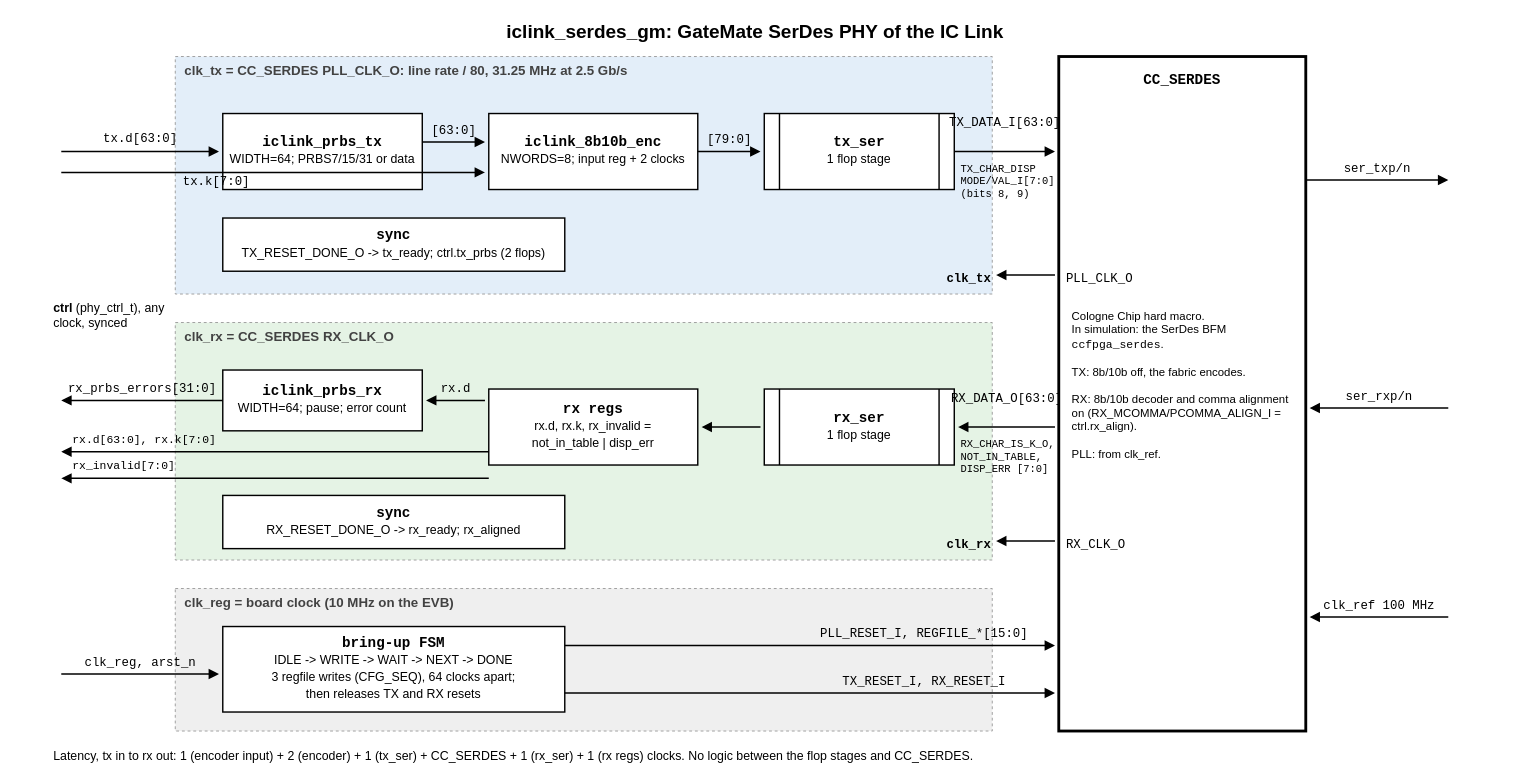
The draw.io diagram 7.SerDes/0.doc/iclink-phy-rtl.drawio in chili-chips-ba/openCologne, before the edit. Source tidied: cells renumbered, new cells numbered last; positions are measured from the earlier drawing's top-left corner, leaving out a move shared by most shapes. Both pictures are drawn from the tidied source at 95%, with x=0, y=0 at pixel (16, 16).
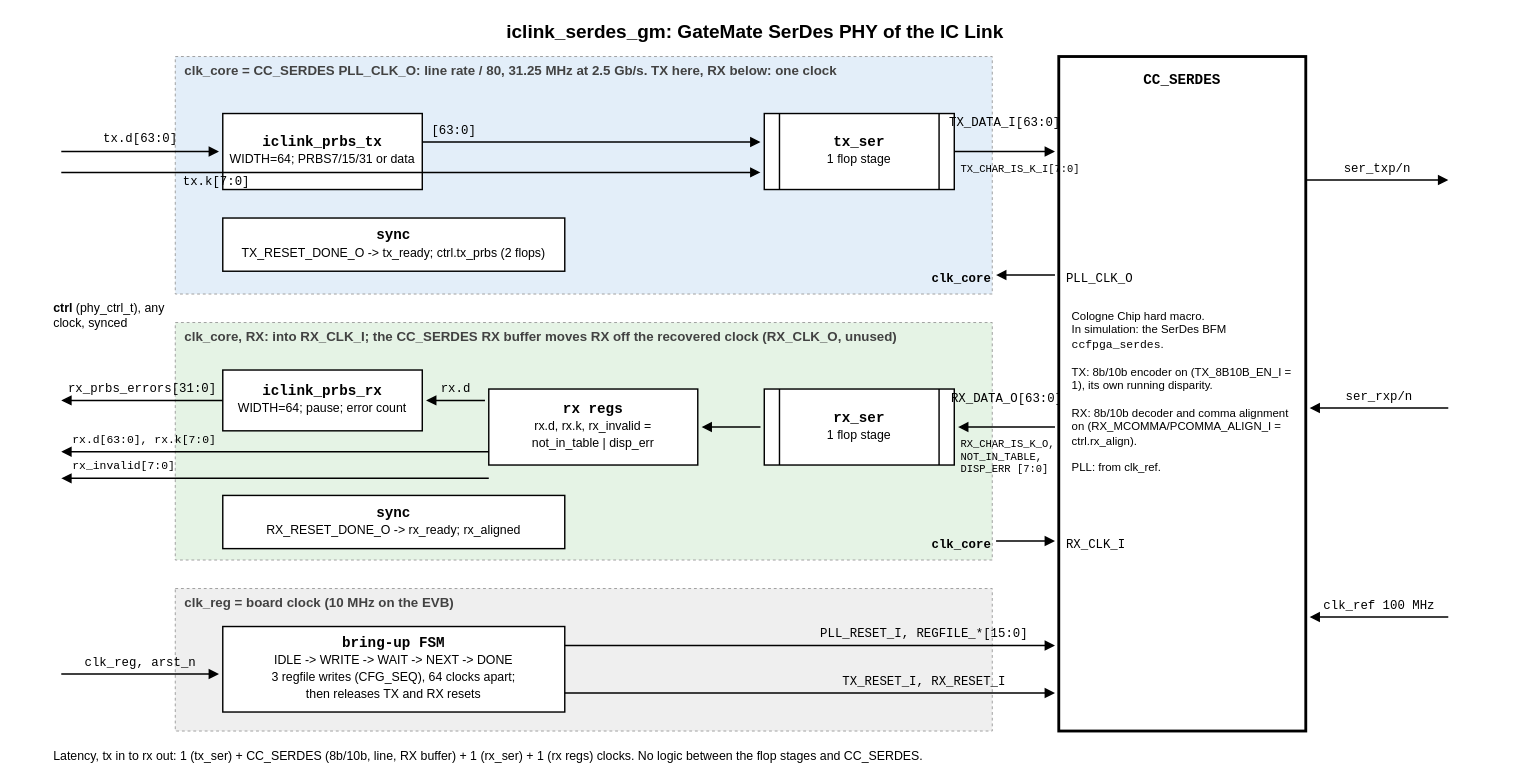
Above is the later version.

Change to the diagram source:
```diff
@@
-    <mxCell id="4" value="clk_tx = CC_SERDES PLL_CLK_O: line rate / 80, 31.25 MHz at 2.5 Gb/s" style="text;html=1;align=left;verticalAlign=middle;fontSize=14;fontStyle=1;fontColor=#424242;fontFamily=Helvetica;" parent="1" vertex="1">
+    <mxCell id="4" value="clk_core = CC_SERDES PLL_CLK_O: line rate / 80, 31.25 MHz at 2.5 Gb/s. TX here, RX below: one clock" style="text;html=1;align=left;verticalAlign=middle;fontSize=14;fontStyle=1;fontColor=#424242;fontFamily=Helvetica;" parent="1" vertex="1">
       <mxGeometry x="175" y="46" width="844" height="22" as="geometry" />
     </mxCell>
@@
-    <mxCell id="6" value="clk_rx = CC_SERDES RX_CLK_O" style="text;html=1;align=left;verticalAlign=middle;fontSize=14;fontStyle=1;fontColor=#424242;fontFamily=Helvetica;" parent="1" vertex="1">
+    <mxCell id="6" value="clk_core, RX: into RX_CLK_I; the CC_SERDES RX buffer moves RX off the recovered clock (RX_CLK_O, unused)" style="text;html=1;align=left;verticalAlign=middle;fontSize=14;fontStyle=1;fontColor=#424242;fontFamily=Helvetica;" parent="1" vertex="1">
       <mxGeometry x="175" y="326" width="844" height="22" as="geometry" />
     </mxCell>
@@
-    <mxCell id="10" value="&lt;b&gt;iclink_8b10b_enc&lt;/b&gt;&lt;br&gt;&lt;span style='font-family:Helvetica;font-size:13px'&gt;NWORDS=8; input reg + 2 clocks&lt;/span&gt;" style="rounded=0;fillColor=#ffffff;strokeColor=#000000;strokeWidth=1.5;fontSize=15;fontColor=#000000;html=1;whiteSpace=wrap;fontFamily=Courier New;" parent="1" vertex="1">
-      <mxGeometry x="497" y="102" width="220" height="80" as="geometry" />
-    </mxCell>
@@
     <mxCell id="14" style="endArrow=block;endFill=1;endSize=7;startArrow=none;startFill=1;startSize=7;strokeColor=#000000;strokeWidth=1.5;edgeStyle=none;html=1;" parent="1" edge="1">
       <mxGeometry relative="1" as="geometry">
         <mxPoint x="47" y="164" as="sourcePoint" />
-        <mxPoint x="493" y="164" as="targetPoint" />
+        <mxPoint x="783" y="164" as="targetPoint" />
       </mxGeometry>
     </mxCell>
@@
     <mxCell id="16" style="endArrow=block;endFill=1;endSize=7;startArrow=none;startFill=1;startSize=7;strokeColor=#000000;strokeWidth=1.5;edgeStyle=none;html=1;" parent="1" edge="1">
       <mxGeometry relative="1" as="geometry">
         <mxPoint x="427" y="132" as="sourcePoint" />
-        <mxPoint x="493" y="132" as="targetPoint" />
+        <mxPoint x="783" y="132" as="targetPoint" />
       </mxGeometry>
     </mxCell>
@@
-    <mxCell id="18" style="endArrow=block;endFill=1;endSize=7;startArrow=none;startFill=1;startSize=7;strokeColor=#000000;strokeWidth=1.5;edgeStyle=none;html=1;" parent="1" edge="1">
-      <mxGeometry relative="1" as="geometry">
-        <mxPoint x="717" y="142" as="sourcePoint" />
-        <mxPoint x="783" y="142" as="targetPoint" />
-      </mxGeometry>
-    </mxCell>
-    <mxCell id="19" value="[79:0]" style="text;html=1;align=center;verticalAlign=middle;fontSize=13;fontColor=#000000;fontFamily=Courier New;" parent="1" vertex="1">
-      <mxGeometry x="620" y="120" width="260" height="20" as="geometry" />
-    </mxCell>
@@
-    <mxCell id="43" value="Cologne Chip hard macro.&lt;br&gt;In simulation: the SerDes BFM &lt;span style='font-family:Courier New'&gt;ccfpga_serdes&lt;/span&gt;.&lt;br&gt;&lt;br&gt;TX: 8b/10b off, the fabric encodes.&lt;br&gt;&lt;br&gt;RX: 8b/10b decoder and comma alignment on (RX_MCOMMA/PCOMMA_ALIGN_I = ctrl.rx_align).&lt;br&gt;&lt;br&gt;PLL: from clk_ref." style="text;html=1;align=left;verticalAlign=top;fontSize=12;fontColor=#000000;whiteSpace=wrap;fontFamily=Helvetica;" parent="1" vertex="1">
+    <mxCell id="43" value="Cologne Chip hard macro.&lt;br&gt;In simulation: the SerDes BFM &lt;span style='font-family:Courier New'&gt;ccfpga_serdes&lt;/span&gt;.&lt;br&gt;&lt;br&gt;TX: 8b/10b encoder on (TX_8B10B_EN_I = 1), its own running disparity.&lt;br&gt;&lt;br&gt;RX: 8b/10b decoder and comma alignment on (RX_MCOMMA/PCOMMA_ALIGN_I = ctrl.rx_align).&lt;br&gt;&lt;br&gt;PLL: from clk_ref." style="text;html=1;align=left;verticalAlign=top;fontSize=12;fontColor=#000000;whiteSpace=wrap;fontFamily=Helvetica;" parent="1" vertex="1">
       <mxGeometry x="1109" y="302" width="240" height="230" as="geometry" />
     </mxCell>
@@
-    <mxCell id="46" value="TX_CHAR_DISP&lt;br&gt;MODE/VAL_I[7:0]&lt;br&gt;(bits 8, 9)" style="text;html=1;align=left;fontSize=11;fontColor=#000000;fontFamily=Courier New;" parent="1" vertex="1">
+    <mxCell id="46" value="TX_CHAR_IS_K_I[7:0]" style="text;html=1;align=left;fontSize=11;fontColor=#000000;fontFamily=Courier New;" parent="1" vertex="1">
       <mxGeometry x="992" y="148" width="105" height="50" as="geometry" />
     </mxCell>
@@
-    <mxCell id="52" value="clk_tx" style="text;html=1;align=right;fontSize=13;fontStyle=1;fontColor=#000000;fontFamily=Courier New;" parent="1" vertex="1">
+    <mxCell id="52" value="clk_core" style="text;html=1;align=right;fontSize=13;fontStyle=1;fontColor=#000000;fontFamily=Courier New;" parent="1" vertex="1">
       <mxGeometry x="957" y="262" width="70" height="20" as="geometry" />
     </mxCell>
     <mxCell id="53" style="endArrow=block;endFill=1;endSize=7;startArrow=none;startFill=1;startSize=7;strokeColor=#000000;strokeWidth=1.5;edgeStyle=none;html=1;" parent="1" edge="1">
       <mxGeometry relative="1" as="geometry">
-        <mxPoint x="1093" y="552" as="sourcePoint" />
-        <mxPoint x="1031" y="552" as="targetPoint" />
+        <mxPoint x="1031" y="552" as="sourcePoint" />
+        <mxPoint x="1093" y="552" as="targetPoint" />
       </mxGeometry>
     </mxCell>
-    <mxCell id="54" value="RX_CLK_O" style="text;html=1;align=left;fontSize=13;fontColor=#000000;fontFamily=Courier New;" parent="1" vertex="1">
+    <mxCell id="54" value="RX_CLK_I" style="text;html=1;align=left;fontSize=13;fontColor=#000000;fontFamily=Courier New;" parent="1" vertex="1">
       <mxGeometry x="1103" y="542" width="120" height="20" as="geometry" />
     </mxCell>
-    <mxCell id="55" value="clk_rx" style="text;html=1;align=right;fontSize=13;fontStyle=1;fontColor=#000000;fontFamily=Courier New;" parent="1" vertex="1">
+    <mxCell id="55" value="clk_core" style="text;html=1;align=right;fontSize=13;fontStyle=1;fontColor=#000000;fontFamily=Courier New;" parent="1" vertex="1">
       <mxGeometry x="957" y="542" width="70" height="20" as="geometry" />
     </mxCell>
@@
-    <mxCell id="62" value="Latency, tx in to rx out: 1 (encoder input) + 2 (encoder) + 1 (tx_ser) + CC_SERDES + 1 (rx_ser) + 1 (rx regs) clocks. No logic between the flop stages and CC_SERDES." style="text;html=1;align=left;verticalAlign=top;fontSize=13;fontColor=#000000;whiteSpace=wrap;fontFamily=Helvetica;" parent="1" vertex="1">
+    <mxCell id="62" value="Latency, tx in to rx out: 1 (tx_ser) + CC_SERDES (8b/10b, line, RX buffer) + 1 (rx_ser) + 1 (rx regs) clocks. No logic between the flop stages and CC_SERDES." style="text;html=1;align=left;verticalAlign=top;fontSize=13;fontColor=#000000;whiteSpace=wrap;fontFamily=Helvetica;" parent="1" vertex="1">
       <mxGeometry x="37" y="764" width="1480" height="24" as="geometry" />
     </mxCell>
```
